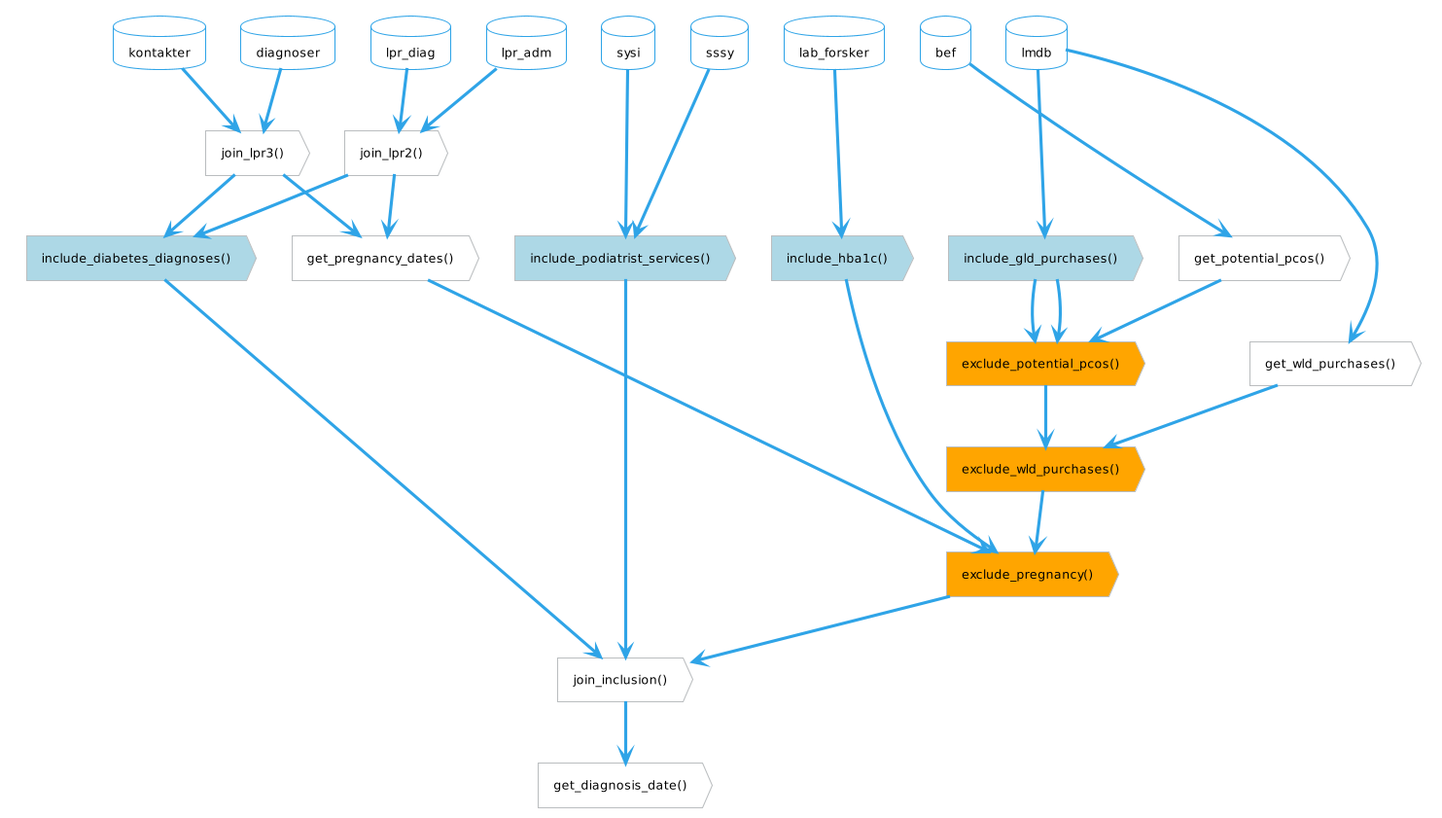
This is vignettes/images/function-flow-population.png from steno-aarhus/osdc, a PlantUML export, as it was before one commit. Its diagram source:
```plantuml
@startuml function-flow-population
!theme cerulean-outline
<style>
action, card, database, rectangle {
    FontColor black
}
.inclusion {
    BackgroundColor lightblue
}
.exclusion {
    BackgroundColor orange
}
</style>

hide <<inclusion>> stereotype
hide <<exclusion>> stereotype

    together {
        database sssy
        database sysi
        database lpr_diag
        database lpr_adm
        database lmdb
        database lab_forsker
        database kontakter
        database diagnoser
        database bef
    }
    together {
            action "join_lpr2()" as lpr2
            action "join_lpr3()" as lpr3
    }

    action "get_potential_pcos()" as pcos
    action "get_wld_purchases()" as wld

    together {
        action "exclude_pregnancy()" as ex_pregnancy <<exclusion>>
        action "exclude_wld_purchases()" as ex_wld <<exclusion>>
        action "exclude_potential_pcos()" as ex_pcos <<exclusion>>
    }
    together {
        action "include_diabetes_diagnoses()" as in_diagnoses <<inclusion>>
        action "include_hba1c()" as in_hba1c <<inclusion>>
        action "include_podiatrist_services()" as in_podiatrist <<inclusion>>
        action "include_gld_purchases()" as in_gld <<inclusion>>
        action "get_pregnancy_dates()" as pregnancy
    }

    action "join_inclusion()" as join_inclusion
    action "get_diagnosis_date()" as diagnosis_date

    lpr_diag --> lpr2
    lpr_adm --> lpr2
    kontakter --> lpr3
    diagnoser --> lpr3

    sssy --> in_podiatrist
    sysi --> in_podiatrist
    in_podiatrist --> join_inclusion

    lab_forsker --> in_hba1c
    in_hba1c --> ex_pregnancy
    ex_pregnancy --> join_inclusion

    lmdb --> in_gld
    in_gld --> ex_pcos
    ex_pcos --> ex_wld
    ex_wld --> ex_pregnancy

    lpr2 --> in_diagnoses
    lpr3 --> in_diagnoses
    in_diagnoses --> join_inclusion

    lpr2 --> pregnancy
    lpr3 --> pregnancy
    pregnancy --> ex_pregnancy
    lmdb --> wld
    wld --> ex_wld
    bef --> pcos
    in_gld --> ex_pcos
    pcos --> ex_pcos
    join_inclusion --> diagnosis_date

@enduml
```
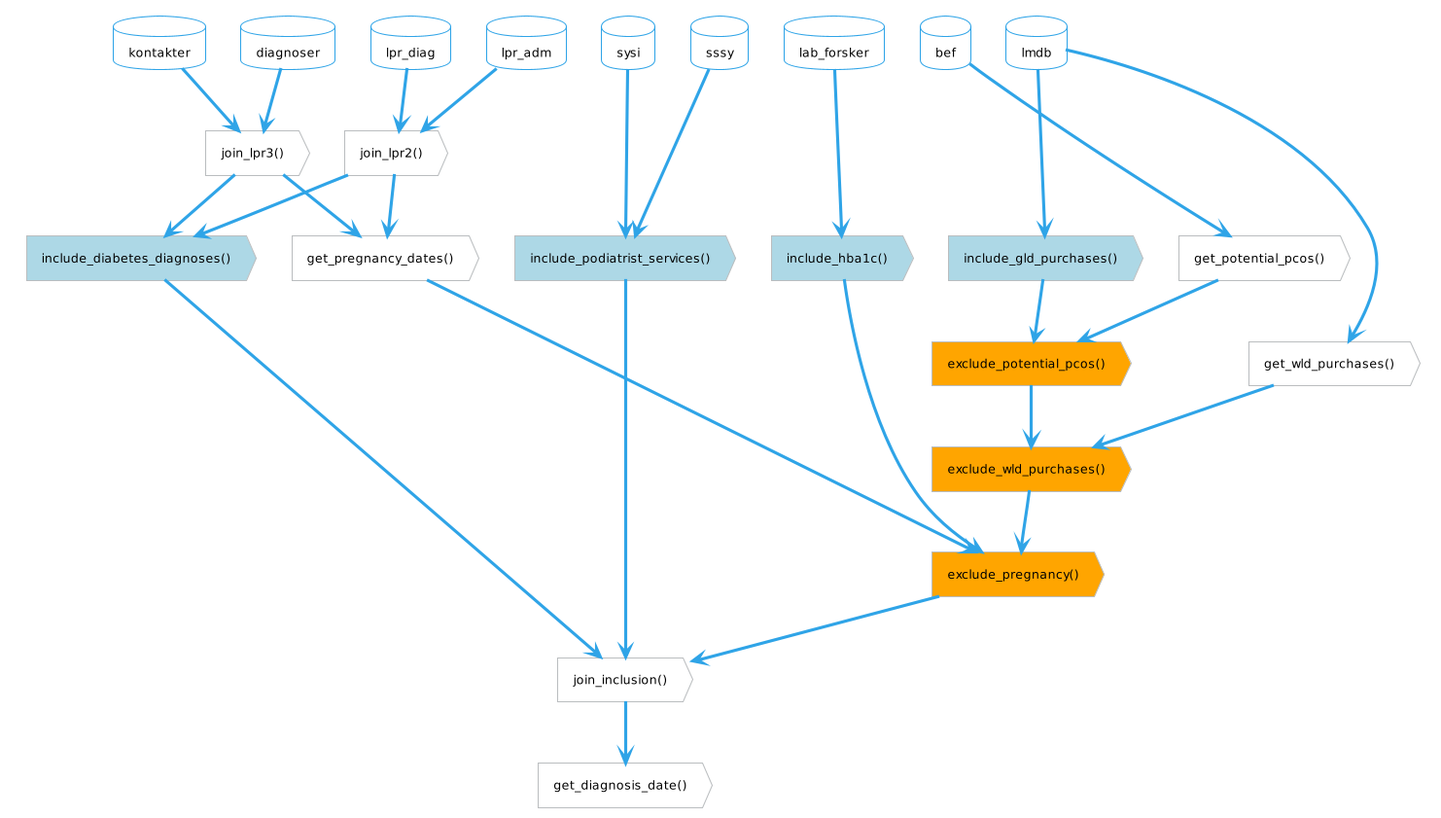
The same file after the commit.

Commit message:
fix: :art: remove duplicate arrow from function flow puml

Diff of the diagram source:
```diff
@@ -78,7 +78,6 @@
     lmdb --> wld
     wld --> ex_wld
     bef --> pcos
-    in_gld --> ex_pcos
     pcos --> ex_pcos
     join_inclusion --> diagnosis_date
 
```
